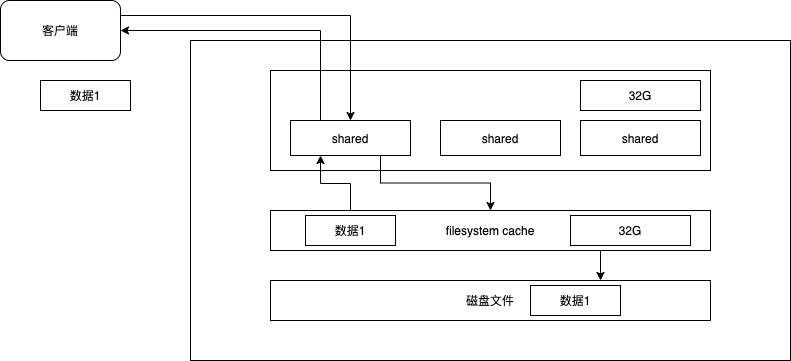
Above: es/filesystem-cache.png in sivanbil/architecthure-diagram (draw.io), before the change. Source tidied: cells renumbered, new cells last; positions are measured from the earlier drawing's top-left corner, leaving out a move shared by most shapes.
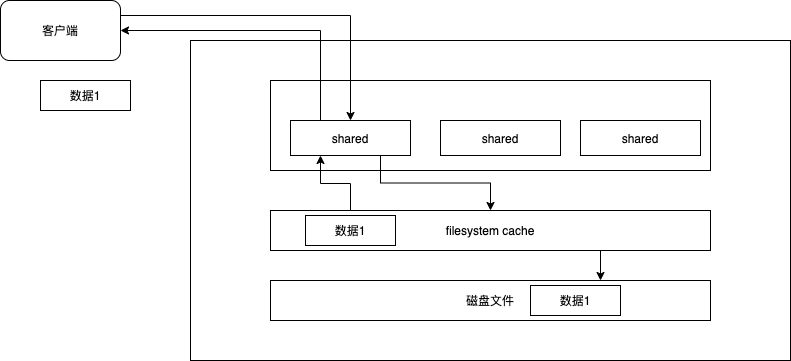
After the commit.

Change to the diagram source:
```diff
@@ -6,7 +6,7 @@
       <mxGeometry x="190" y="40" width="600" height="320" as="geometry" />
     </mxCell>
     <mxCell id="3" style="rounded=0;whiteSpace=wrap;html=1;" parent="1" vertex="1">
-      <mxGeometry x="270" y="70" width="440" height="100" as="geometry" />
+      <mxGeometry x="270" y="80" width="440" height="90" as="geometry" />
     </mxCell>
     <mxCell id="4" style="edgeStyle=orthogonalEdgeStyle;rounded=0;jettySize=auto;html=1;exitX=0.75;exitY=1;exitDx=0;exitDy=0;" parent="1" edge="1" source="6" target="11">
       <mxGeometry relative="1" as="geometry" />
@@ -56,11 +56,5 @@
     <mxCell id="17" value="数据1" style="rounded=0;whiteSpace=wrap;html=1;" parent="1" vertex="1">
       <mxGeometry x="305" y="215" width="90" height="30" as="geometry" />
     </mxCell>
-    <mxCell id="18" value="32G" style="rounded=0;whiteSpace=wrap;html=1;" parent="1" vertex="1">
-      <mxGeometry x="570" y="215" width="120" height="30" as="geometry" />
-    </mxCell>
-    <mxCell id="19" value="32G" style="rounded=0;whiteSpace=wrap;html=1;" parent="1" vertex="1">
-      <mxGeometry x="580" y="80" width="120" height="30" as="geometry" />
-    </mxCell>
   </root>
 </mxGraphModel>
```
